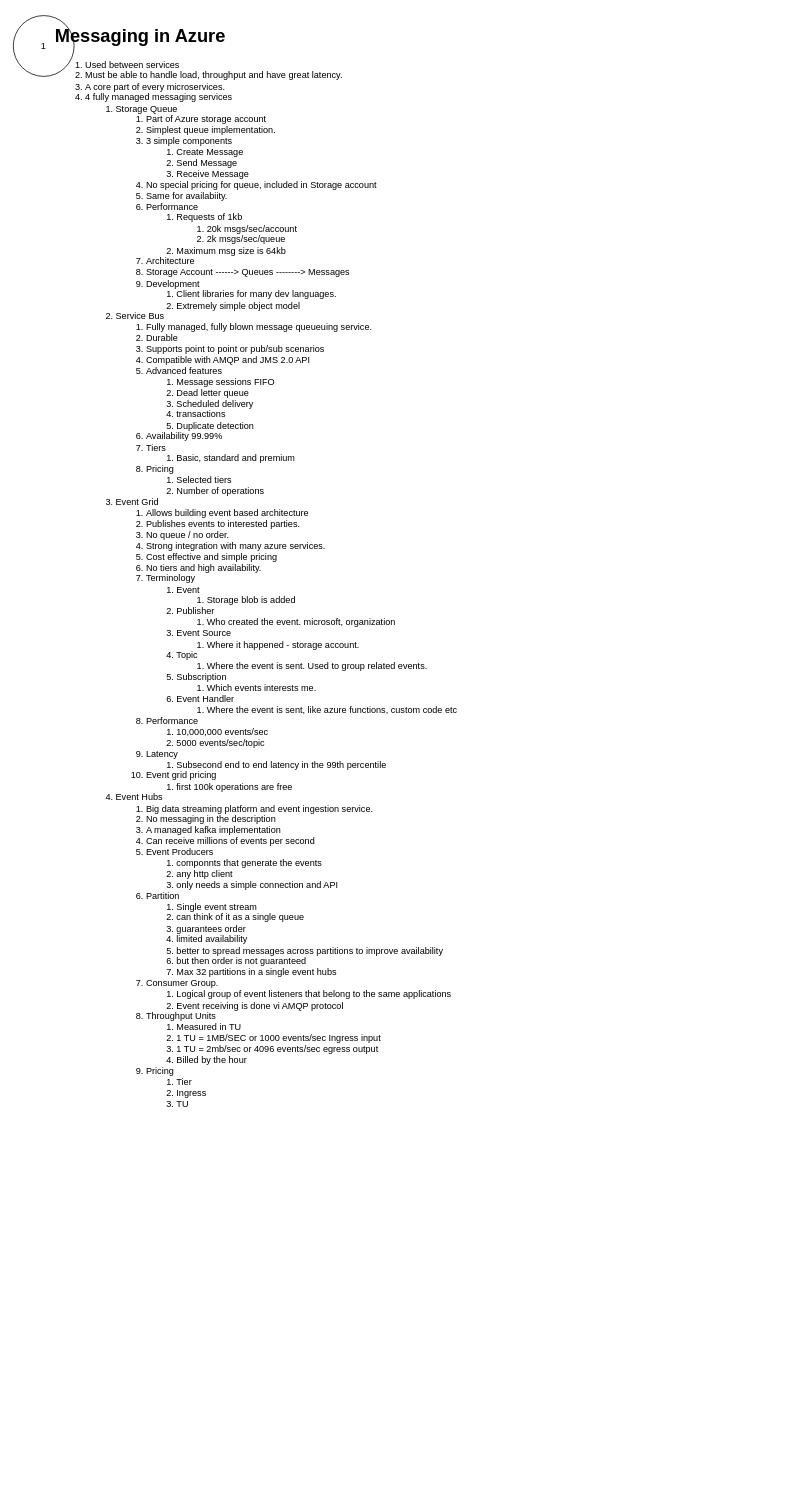
The draw.io diagram page "Azure Data - Messaging" (8 of 8) of Azure detailed.drawio in snair0410/cv, before the edit. Source tidied: cells renumbered, new cells numbered last; positions are measured from the earlier drawing's top-left corner, leaving out a move shared by most shapes. Both pictures are drawn from the tidied source at 76%, with x=0, y=0 at pixel (13, 15).
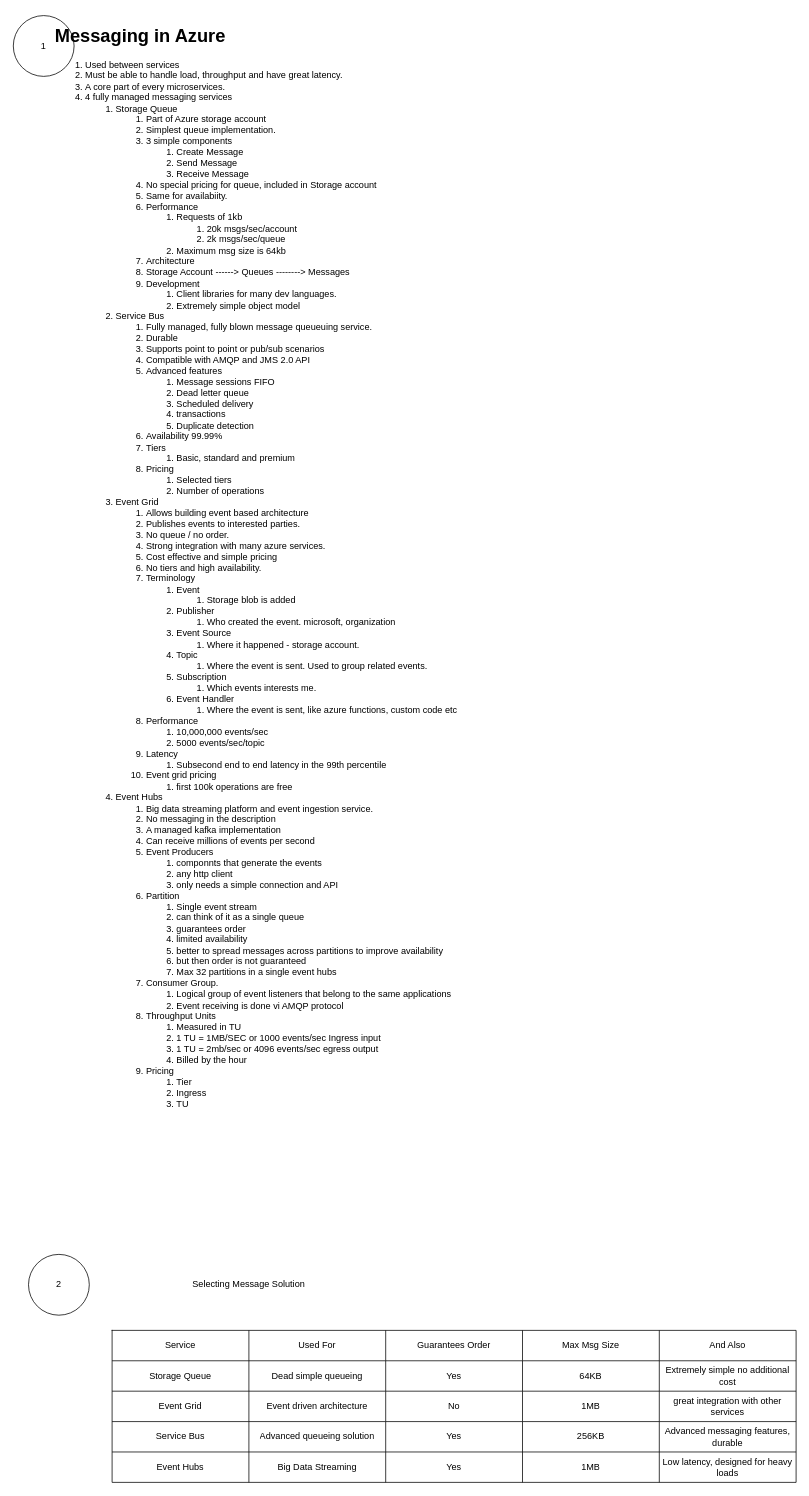
After the change.

Change to the diagram source:
```diff
@@
+    <mxCell id="4" value="2" style="ellipse;whiteSpace=wrap;html=1;" parent="1" vertex="1">
+      <mxGeometry x="20" y="1630" width="80" height="80" as="geometry" />
+    </mxCell>
+    <mxCell id="5" value="Selecting Message Solution" style="text;html=1;strokeColor=none;fillColor=none;align=center;verticalAlign=middle;whiteSpace=wrap;rounded=0;" parent="1" vertex="1">
+      <mxGeometry x="110" y="1655" width="400" height="30" as="geometry" />
+    </mxCell>
+    <mxCell id="6" style="shape=table;startSize=0;childLayout=tableLayout;" parent="1" vertex="1">
+      <mxGeometry x="130" y="1730" width="900" height="200" as="geometry" />
+    </mxCell>
+    <mxCell id="7" style="shape=tableRow;horizontal=0;startSize=0;swimlaneHead=0;swimlaneBody=0;strokeColor=inherit;top=0;left=0;bottom=0;right=0;fillColor=none;" parent="6" vertex="1">
+      <mxGeometry width="900" height="40" as="geometry" />
+    </mxCell>
+    <mxCell id="8" value="Service" style="shape=partialRectangle;html=1;whiteSpace=wrap;strokeColor=inherit;overflow=hidden;fillColor=none;top=0;left=0;bottom=0;right=0;" parent="7" vertex="1">
+      <mxGeometry width="180" height="40" as="geometry" />
+    </mxCell>
+    <mxCell id="9" value="Used For" style="shape=partialRectangle;html=1;whiteSpace=wrap;strokeColor=inherit;overflow=hidden;fillColor=none;top=0;left=0;bottom=0;right=0;" parent="7" vertex="1">
+      <mxGeometry x="180" width="180" height="40" as="geometry" />
+    </mxCell>
+    <mxCell id="10" value="Guarantees Order" style="shape=partialRectangle;html=1;whiteSpace=wrap;strokeColor=inherit;overflow=hidden;fillColor=none;top=0;left=0;bottom=0;right=0;" parent="7" vertex="1">
+      <mxGeometry x="360" width="180" height="40" as="geometry" />
+    </mxCell>
+    <mxCell id="11" value="Max Msg Size" style="shape=partialRectangle;html=1;whiteSpace=wrap;strokeColor=inherit;overflow=hidden;fillColor=none;top=0;left=0;bottom=0;right=0;" parent="7" vertex="1">
+      <mxGeometry x="540" width="180" height="40" as="geometry" />
+    </mxCell>
+    <mxCell id="12" value="And Also" style="shape=partialRectangle;html=1;whiteSpace=wrap;strokeColor=inherit;overflow=hidden;fillColor=none;top=0;left=0;bottom=0;right=0;" parent="7" vertex="1">
+      <mxGeometry x="720" width="180" height="40" as="geometry" />
+    </mxCell>
+    <mxCell id="13" style="shape=tableRow;horizontal=0;startSize=0;swimlaneHead=0;swimlaneBody=0;strokeColor=inherit;top=0;left=0;bottom=0;right=0;fillColor=none;" parent="6" vertex="1">
+      <mxGeometry y="40" width="900" height="40" as="geometry" />
+    </mxCell>
+    <mxCell id="14" value="Storage Queue" style="shape=partialRectangle;html=1;whiteSpace=wrap;strokeColor=inherit;overflow=hidden;fillColor=none;top=0;left=0;bottom=0;right=0;" parent="13" vertex="1">
+      <mxGeometry width="180" height="40" as="geometry" />
+    </mxCell>
+    <mxCell id="15" value="Dead simple queueing" style="shape=partialRectangle;html=1;whiteSpace=wrap;strokeColor=inherit;overflow=hidden;fillColor=none;top=0;left=0;bottom=0;right=0;" parent="13" vertex="1">
+      <mxGeometry x="180" width="180" height="40" as="geometry" />
+    </mxCell>
+    <mxCell id="16" value="Yes" style="shape=partialRectangle;html=1;whiteSpace=wrap;strokeColor=inherit;overflow=hidden;fillColor=none;top=0;left=0;bottom=0;right=0;" parent="13" vertex="1">
+      <mxGeometry x="360" width="180" height="40" as="geometry" />
+    </mxCell>
+    <mxCell id="17" value="64KB" style="shape=partialRectangle;html=1;whiteSpace=wrap;strokeColor=inherit;overflow=hidden;fillColor=none;top=0;left=0;bottom=0;right=0;" parent="13" vertex="1">
+      <mxGeometry x="540" width="180" height="40" as="geometry" />
+    </mxCell>
+    <mxCell id="18" value="Extremely simple no additional cost" style="shape=partialRectangle;html=1;whiteSpace=wrap;strokeColor=inherit;overflow=hidden;fillColor=none;top=0;left=0;bottom=0;right=0;" parent="13" vertex="1">
+      <mxGeometry x="720" width="180" height="40" as="geometry" />
+    </mxCell>
+    <mxCell id="19" style="shape=tableRow;horizontal=0;startSize=0;swimlaneHead=0;swimlaneBody=0;strokeColor=inherit;top=0;left=0;bottom=0;right=0;fillColor=none;" parent="6" vertex="1">
+      <mxGeometry y="80" width="900" height="40" as="geometry" />
+    </mxCell>
+    <mxCell id="20" value="Event Grid" style="shape=partialRectangle;html=1;whiteSpace=wrap;strokeColor=inherit;overflow=hidden;fillColor=none;top=0;left=0;bottom=0;right=0;" parent="19" vertex="1">
+      <mxGeometry width="180" height="40" as="geometry" />
+    </mxCell>
+    <mxCell id="21" value="Event driven architecture" style="shape=partialRectangle;html=1;whiteSpace=wrap;strokeColor=inherit;overflow=hidden;fillColor=none;top=0;left=0;bottom=0;right=0;" parent="19" vertex="1">
+      <mxGeometry x="180" width="180" height="40" as="geometry" />
+    </mxCell>
+    <mxCell id="22" value="No" style="shape=partialRectangle;html=1;whiteSpace=wrap;strokeColor=inherit;overflow=hidden;fillColor=none;top=0;left=0;bottom=0;right=0;" parent="19" vertex="1">
+      <mxGeometry x="360" width="180" height="40" as="geometry" />
+    </mxCell>
+    <mxCell id="23" value="1MB" style="shape=partialRectangle;html=1;whiteSpace=wrap;strokeColor=inherit;overflow=hidden;fillColor=none;top=0;left=0;bottom=0;right=0;" parent="19" vertex="1">
+      <mxGeometry x="540" width="180" height="40" as="geometry" />
+    </mxCell>
+    <mxCell id="24" value="great integration with other services" style="shape=partialRectangle;html=1;whiteSpace=wrap;strokeColor=inherit;overflow=hidden;fillColor=none;top=0;left=0;bottom=0;right=0;" parent="19" vertex="1">
+      <mxGeometry x="720" width="180" height="40" as="geometry" />
+    </mxCell>
+    <mxCell id="25" style="shape=tableRow;horizontal=0;startSize=0;swimlaneHead=0;swimlaneBody=0;strokeColor=inherit;top=0;left=0;bottom=0;right=0;fillColor=none;" parent="6" vertex="1">
+      <mxGeometry y="120" width="900" height="40" as="geometry" />
+    </mxCell>
+    <mxCell id="26" value="Service Bus" style="shape=partialRectangle;html=1;whiteSpace=wrap;strokeColor=inherit;overflow=hidden;fillColor=none;top=0;left=0;bottom=0;right=0;" parent="25" vertex="1">
+      <mxGeometry width="180" height="40" as="geometry" />
+    </mxCell>
+    <mxCell id="27" value="Advanced queueing solution" style="shape=partialRectangle;html=1;whiteSpace=wrap;strokeColor=inherit;overflow=hidden;fillColor=none;top=0;left=0;bottom=0;right=0;" parent="25" vertex="1">
+      <mxGeometry x="180" width="180" height="40" as="geometry" />
+    </mxCell>
+    <mxCell id="28" value="Yes" style="shape=partialRectangle;html=1;whiteSpace=wrap;strokeColor=inherit;overflow=hidden;fillColor=none;top=0;left=0;bottom=0;right=0;" parent="25" vertex="1">
+      <mxGeometry x="360" width="180" height="40" as="geometry" />
+    </mxCell>
+    <mxCell id="29" value="256KB" style="shape=partialRectangle;html=1;whiteSpace=wrap;strokeColor=inherit;overflow=hidden;fillColor=none;top=0;left=0;bottom=0;right=0;" parent="25" vertex="1">
+      <mxGeometry x="540" width="180" height="40" as="geometry" />
+    </mxCell>
+    <mxCell id="30" value="Advanced messaging features, durable" style="shape=partialRectangle;html=1;whiteSpace=wrap;strokeColor=inherit;overflow=hidden;fillColor=none;top=0;left=0;bottom=0;right=0;" parent="25" vertex="1">
+      <mxGeometry x="720" width="180" height="40" as="geometry" />
+    </mxCell>
+    <mxCell id="31" style="shape=tableRow;horizontal=0;startSize=0;swimlaneHead=0;swimlaneBody=0;strokeColor=inherit;top=0;left=0;bottom=0;right=0;fillColor=none;" parent="6" vertex="1">
+      <mxGeometry y="160" width="900" height="40" as="geometry" />
+    </mxCell>
+    <mxCell id="32" value="Event Hubs" style="shape=partialRectangle;html=1;whiteSpace=wrap;strokeColor=inherit;overflow=hidden;fillColor=none;top=0;left=0;bottom=0;right=0;" parent="31" vertex="1">
+      <mxGeometry width="180" height="40" as="geometry" />
+    </mxCell>
+    <mxCell id="33" value="Big Data Streaming" style="shape=partialRectangle;html=1;whiteSpace=wrap;strokeColor=inherit;overflow=hidden;fillColor=none;top=0;left=0;bottom=0;right=0;" parent="31" vertex="1">
+      <mxGeometry x="180" width="180" height="40" as="geometry" />
+    </mxCell>
+    <mxCell id="34" value="Yes" style="shape=partialRectangle;html=1;whiteSpace=wrap;strokeColor=inherit;overflow=hidden;fillColor=none;top=0;left=0;bottom=0;right=0;" parent="31" vertex="1">
+      <mxGeometry x="360" width="180" height="40" as="geometry" />
+    </mxCell>
+    <mxCell id="35" value="1MB" style="shape=partialRectangle;html=1;whiteSpace=wrap;strokeColor=inherit;overflow=hidden;fillColor=none;top=0;left=0;bottom=0;right=0;" parent="31" vertex="1">
+      <mxGeometry x="540" width="180" height="40" as="geometry" />
+    </mxCell>
+    <mxCell id="36" value="Low latency, designed for heavy loads" style="shape=partialRectangle;html=1;whiteSpace=wrap;strokeColor=inherit;overflow=hidden;fillColor=none;top=0;left=0;bottom=0;right=0;" parent="31" vertex="1">
+      <mxGeometry x="720" width="180" height="40" as="geometry" />
+    </mxCell>
```
